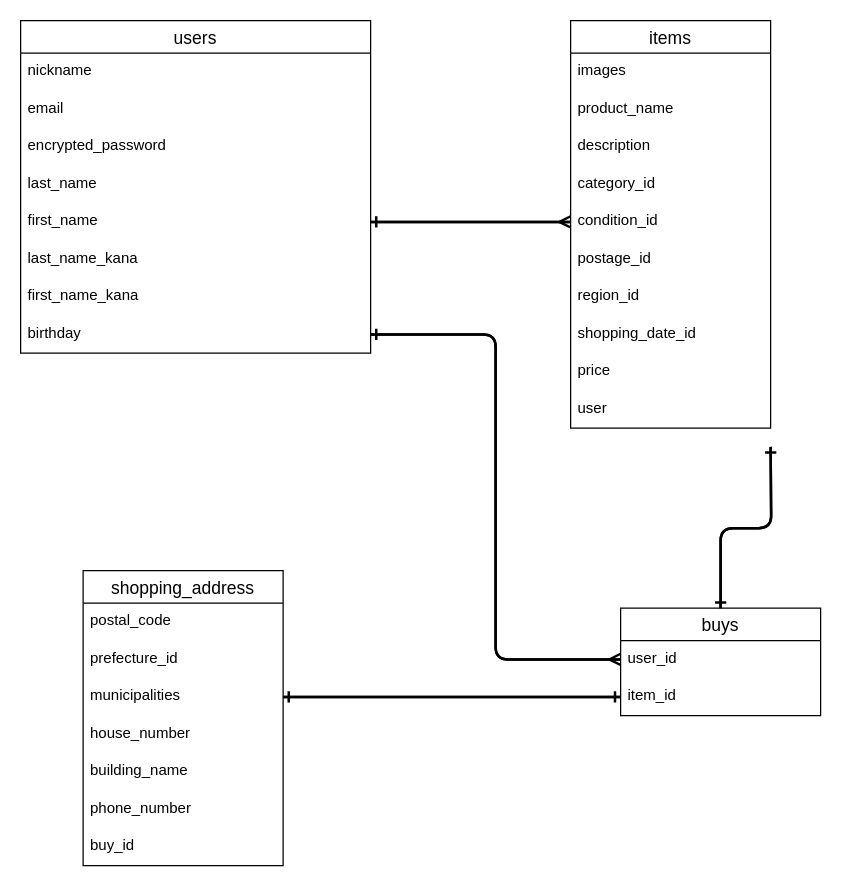
Above: furima.dio in iganao/furima-36575 (draw.io), before the change. Source tidied: cells renumbered, new cells numbered last; positions are measured from the earlier drawing's top-left corner, leaving out a move shared by most shapes. Both pictures are drawn from the tidied source at 125%, with x=0, y=0 at pixel (20, 20).
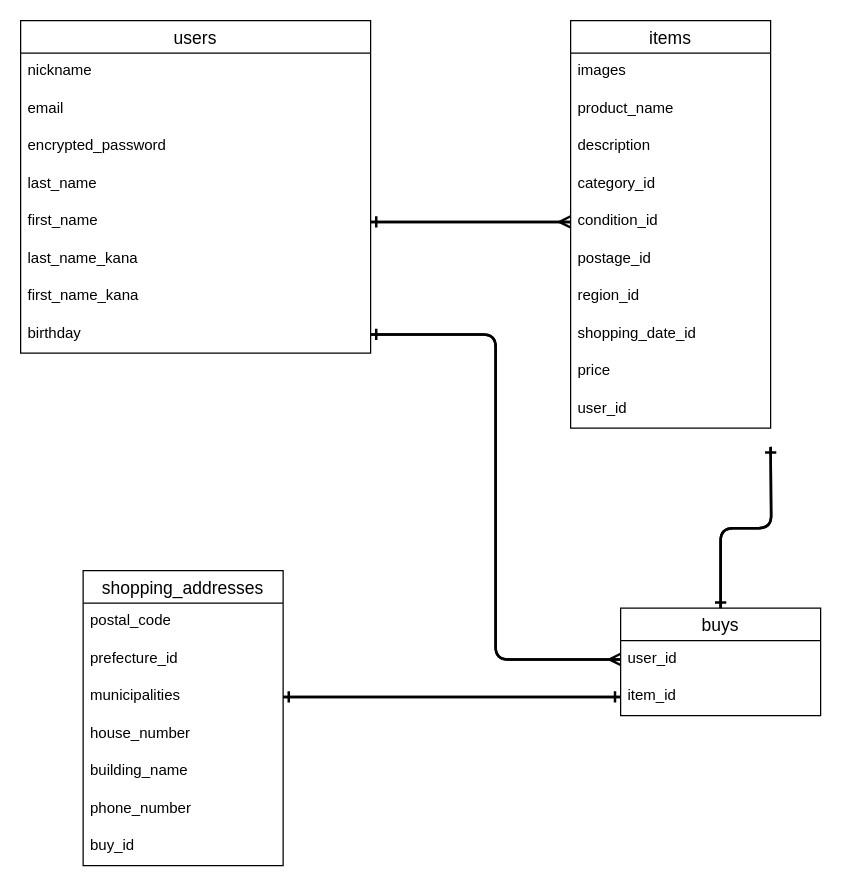
The same diagram, later.

The change refers to these unchanged cells:
```xml
<mxCell id="11" value="items" style="swimlane;fontStyle=0;horizontal=1;startSize=26;align=center;fontSize=14;" parent="1" vertex="1">
  <mxGeometry x="440" width="160" height="326" as="geometry" />
</mxCell>
```

Diff of the diagram source:
```diff
@@
-    <mxCell id="21" value="user" style="text;strokeColor=none;fillColor=none;spacingLeft=4;spacingRight=4;overflow=hidden;fontSize=12;" parent="11" vertex="1">
+    <mxCell id="21" value="user_id" style="text;strokeColor=none;fillColor=none;spacingLeft=4;spacingRight=4;overflow=hidden;fontSize=12;" parent="11" vertex="1">
       <mxGeometry y="296" width="160" height="30" as="geometry" />
     </mxCell>
@@
-    <mxCell id="26" value="shopping_address" style="swimlane;fontStyle=0;horizontal=1;startSize=26;align=center;fontSize=14;" parent="1" vertex="1">
+    <mxCell id="26" value="shopping_addresses" style="swimlane;fontStyle=0;horizontal=1;startSize=26;align=center;fontSize=14;" parent="1" vertex="1">
       <mxGeometry x="50" y="440" width="160" height="236" as="geometry" />
     </mxCell>
```
